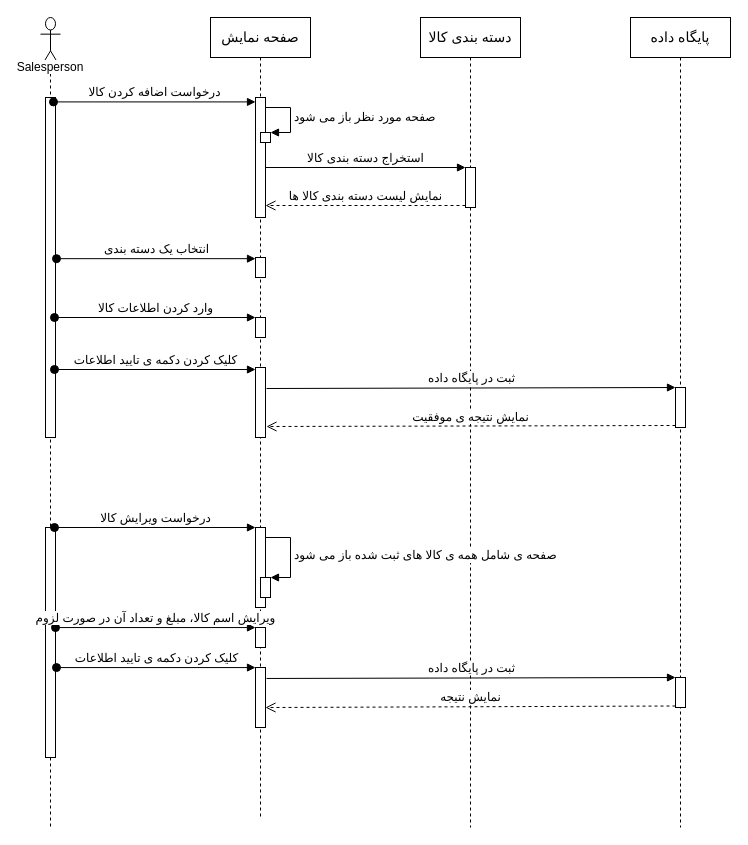
This is docs/AddEditSeqDiagram.drawio from marketplus95/marketplus95, a draw.io file, before an edit. Source tidied: cells renumbered, new cells numbered last; positions are measured from the earlier drawing's top-left corner, leaving out a move shared by most shapes. Both pictures are drawn from the tidied source at 100%, with x=0, y=0 at pixel (40, 17).
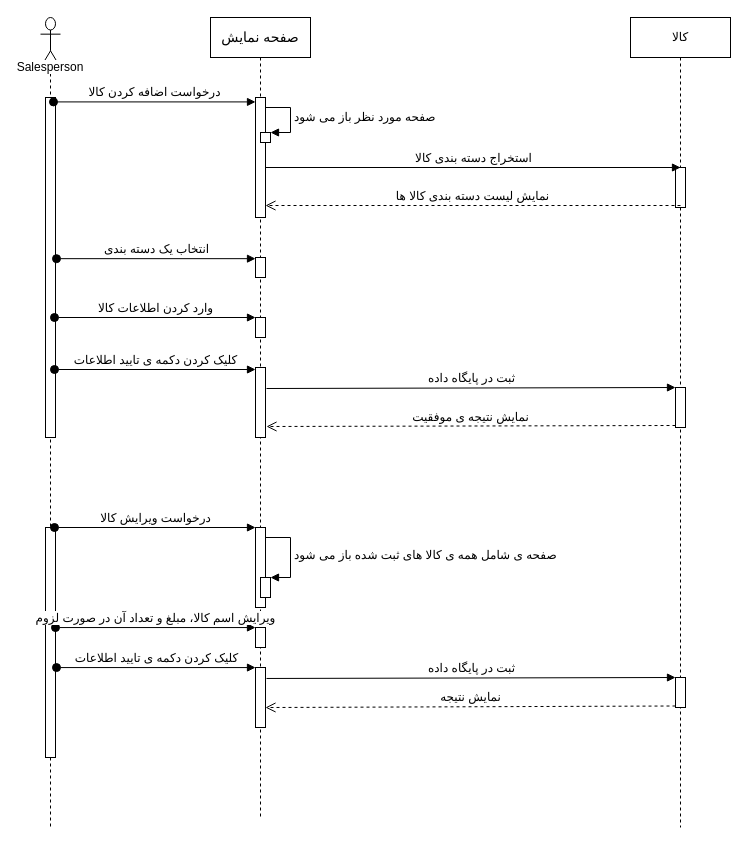
The same page after the edit.

Unchanged cells that the change refers to:
```xml
<mxCell id="6" style="html=1;points=[];perimeter=orthogonalPerimeter;" parent="5" vertex="1">
  <mxGeometry x="45" y="80" width="10" height="120" as="geometry" />
</mxCell>
```

Diff of the diagram source:
```diff
@@
-    <mxCell id="13" value="&lt;font style=&quot;font-size: 14px&quot;&gt;دسته بندی کالا&lt;/font&gt;" style="shape=umlLifeline;perimeter=lifelinePerimeter;whiteSpace=wrap;html=1;" parent="1" vertex="1">
-      <mxGeometry x="380" width="100" height="810" as="geometry" />
-    </mxCell>
-    <mxCell id="14" style="html=1;points=[];perimeter=orthogonalPerimeter;" parent="13" vertex="1">
-      <mxGeometry x="45" y="150" width="10" height="40" as="geometry" />
-    </mxCell>
-    <mxCell id="15" value="&lt;font style=&quot;font-size: 14px&quot;&gt;پایگاه داده&lt;/font&gt;" style="shape=umlLifeline;perimeter=lifelinePerimeter;whiteSpace=wrap;html=1;" parent="1" vertex="1">
+    <mxCell id="15" value="کالا" style="shape=umlLifeline;perimeter=lifelinePerimeter;whiteSpace=wrap;html=1;" parent="1" vertex="1">
       <mxGeometry x="590" width="100" height="810" as="geometry" />
     </mxCell>
@@
+    <mxCell id="14" style="html=1;points=[];perimeter=orthogonalPerimeter;" parent="15" vertex="1">
+      <mxGeometry x="45" y="150" width="10" height="40" as="geometry" />
+    </mxCell>
@@
-    <mxCell id="21" value="&lt;font style=&quot;font-size: 12px&quot;&gt;استخراج دسته بندی کالا&lt;/font&gt;" style="html=1;verticalAlign=bottom;endArrow=block;entryX=0;entryY=0;" parent="1" edge="1" source="6" target="14">
-      <mxGeometry relative="1" as="geometry" />
+    <mxCell id="21" value="&lt;font style=&quot;font-size: 12px&quot;&gt;استخراج دسته بندی کالا&lt;/font&gt;" style="html=1;verticalAlign=bottom;endArrow=block;" parent="1" edge="1" source="6">
+      <mxGeometry relative="1" as="geometry">
+        <mxPoint x="640" y="150" as="targetPoint" />
+      </mxGeometry>
     </mxCell>
-    <mxCell id="22" value="&lt;font style=&quot;font-size: 12px&quot;&gt;نمایش لیست دسته بندی&amp;nbsp;کالا ها&lt;/font&gt;" style="html=1;verticalAlign=bottom;endArrow=open;dashed=1;endSize=8;exitX=0;exitY=0.95;" parent="1" edge="1" source="14" target="6">
-      <mxGeometry relative="1" as="geometry" />
+    <mxCell id="22" value="&lt;font style=&quot;font-size: 12px&quot;&gt;نمایش لیست دسته بندی&amp;nbsp;کالا ها&lt;/font&gt;" style="html=1;verticalAlign=bottom;endArrow=open;dashed=1;endSize=8;" parent="1" edge="1" target="6">
+      <mxGeometry relative="1" as="geometry">
+        <mxPoint x="640" y="188" as="sourcePoint" />
+      </mxGeometry>
     </mxCell>
```
